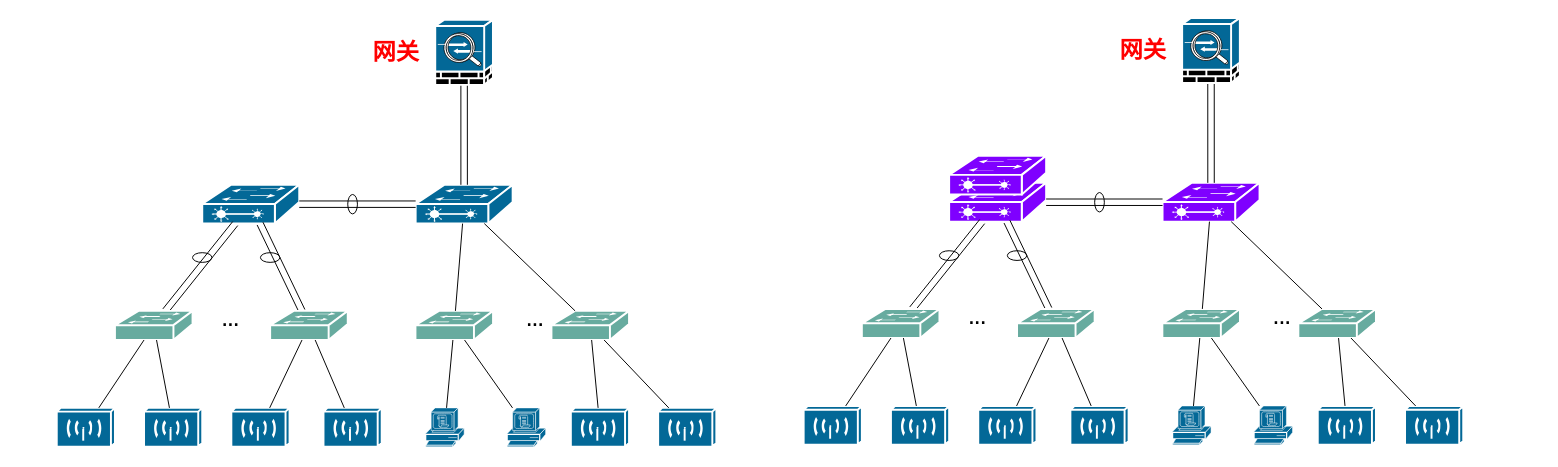
lhongbei/lhongbei keeps this draw.io diagram as bsf拓扑.drawio. Above is the earlier version. Source tidied: cells renumbered, new cells numbered last; positions are measured from the earlier drawing's top-left corner, leaving out a move shared by most shapes. Both pictures are drawn from the tidied source at 97%, with x=0, y=0 at pixel (56, 17).
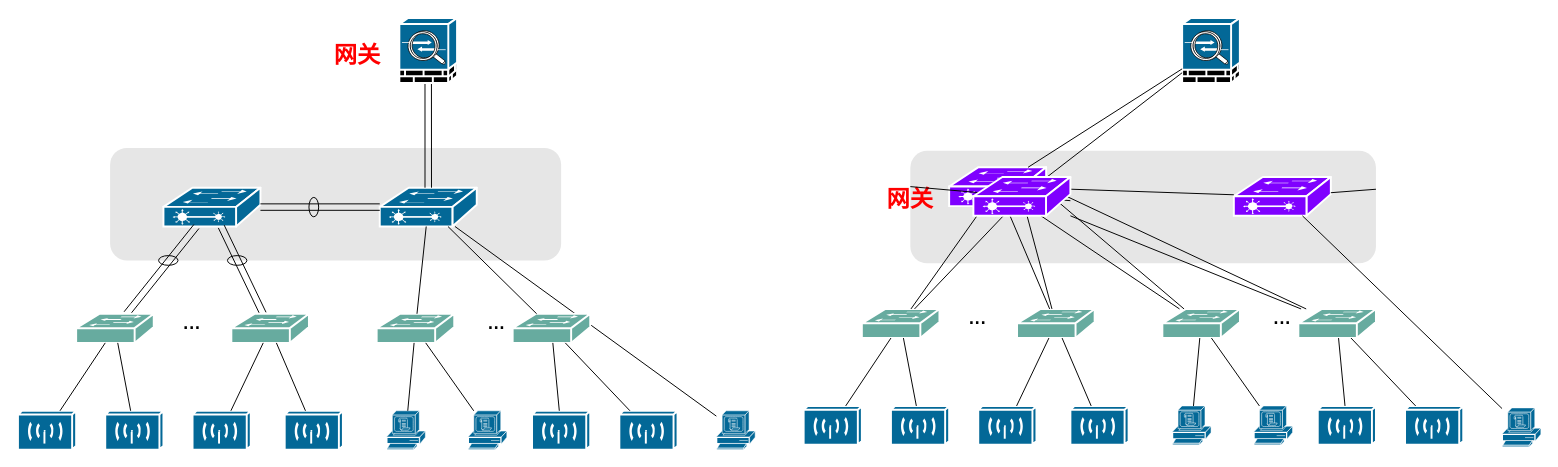
After the change.

Unchanged cells that the change refers to:
```xml
<mxCell id="45" style="shape=mxgraph.cisco.misc.asa_5500;sketch=0;html=1;dashed=0;fillColor=#036897;strokeColor=#ffffff;strokeWidth=2;verticalLabelPosition=bottom;verticalAlign=top;align=center;outlineConnect=0;fontSize=18;" parent="1" vertex="1">
  <mxGeometry x="1160.2" width="59.5" height="67" as="geometry" />
</mxCell>
<mxCell id="48" style="shape=mxgraph.cisco.switches.workgroup_switch;sketch=0;html=1;dashed=0;fillColor=#67AB9F;strokeColor=#ffffff;strokeWidth=2;verticalLabelPosition=bottom;verticalAlign=top;align=center;outlineConnect=0;" parent="47" vertex="1">
  <mxGeometry width="80" height="30" as="geometry" />
</mxCell>
<mxCell id="49" style="shape=mxgraph.cisco.switches.workgroup_switch;sketch=0;html=1;dashed=0;fillColor=#67AB9F;strokeColor=#ffffff;strokeWidth=2;verticalLabelPosition=bottom;verticalAlign=top;align=center;outlineConnect=0;" parent="47" vertex="1">
  <mxGeometry x="160" width="80" height="30" as="geometry" />
</mxCell>
<mxCell id="58" style="shape=mxgraph.cisco.switches.workgroup_switch;sketch=0;html=1;dashed=0;fillColor=#67AB9F;strokeColor=#ffffff;strokeWidth=2;verticalLabelPosition=bottom;verticalAlign=top;align=center;outlineConnect=0;" parent="1" vertex="1">
  <mxGeometry x="1139.8" y="300" width="80" height="30" as="geometry" />
</mxCell>
<mxCell id="59" style="shape=mxgraph.cisco.switches.workgroup_switch;sketch=0;html=1;dashed=0;fillColor=#67AB9F;strokeColor=#ffffff;strokeWidth=2;verticalLabelPosition=bottom;verticalAlign=top;align=center;outlineConnect=0;" parent="1" vertex="1">
  <mxGeometry x="1280" y="300" width="80" height="30" as="geometry" />
</mxCell>
```

The edit, as a diff of the source:
```diff
@@
+    <mxCell id="75" style="rounded=1;whiteSpace=wrap;html=1;fontSize=24;fontColor=#FF0000;strokeColor=none;fillColor=#E6E6E6;" parent="1" vertex="1">
+      <mxGeometry x="880" y="137" width="480" height="116" as="geometry" />
+    </mxCell>
+    <mxCell id="76" style="rounded=1;whiteSpace=wrap;html=1;fontSize=24;fontColor=#FF0000;strokeColor=none;fillColor=#E6E6E6;" parent="1" vertex="1">
+      <mxGeometry x="55" y="134" width="465" height="116" as="geometry" />
+    </mxCell>
+    <mxCell id="77" style="endArrow=none;html=1;rounded=0;fontSize=18;" parent="1" edge="1" source="90" target="2">
+      <mxGeometry relative="1" as="geometry" />
+    </mxCell>
     <mxCell id="2" style="shape=mxgraph.cisco.switches.layer_2_remote_switch;sketch=0;html=1;dashed=0;fillColor=#036897;strokeColor=#ffffff;strokeWidth=2;verticalLabelPosition=bottom;verticalAlign=top;align=center;outlineConnect=0;" parent="1" vertex="1">
-      <mxGeometry x="370" y="172" width="100" height="40" as="geometry" />
+      <mxGeometry x="333" y="175" width="100" height="40" as="geometry" />
     </mxCell>
     <mxCell id="3" style="shape=mxgraph.cisco.switches.layer_2_remote_switch;sketch=0;html=1;dashed=0;fillColor=#036897;strokeColor=#ffffff;strokeWidth=2;verticalLabelPosition=bottom;verticalAlign=top;align=center;outlineConnect=0;" parent="1" vertex="1">
-      <mxGeometry x="150" y="172" width="100" height="40" as="geometry" />
+      <mxGeometry x="110" y="175" width="100" height="40" as="geometry" />
     </mxCell>
@@
     <mxCell id="5" style="ellipse;whiteSpace=wrap;html=1;fillColor=none;" parent="1" vertex="1">
-      <mxGeometry x="300" y="182" width="10" height="20" as="geometry" />
+      <mxGeometry x="260" y="185" width="10" height="20" as="geometry" />
     </mxCell>
@@
     <mxCell id="9" style="shape=mxgraph.cisco.misc.asa_5500;sketch=0;html=1;dashed=0;fillColor=#036897;strokeColor=#ffffff;strokeWidth=2;verticalLabelPosition=bottom;verticalAlign=top;align=center;outlineConnect=0;fontSize=18;" parent="1" vertex="1">
-      <mxGeometry x="390.2" y="2" width="59.5" height="67" as="geometry" />
+      <mxGeometry x="353.2" width="59.5" height="67" as="geometry" />
     </mxCell>
     <mxCell id="10" style="shape=mxgraph.cisco.wireless.wireless_transport;sketch=0;html=1;dashed=0;fillColor=#036897;strokeColor=#ffffff;strokeWidth=2;verticalLabelPosition=bottom;verticalAlign=top;align=center;outlineConnect=0;fontSize=18;" parent="1" vertex="1">
-      <mxGeometry y="402" width="60" height="40" as="geometry" />
+      <mxGeometry x="-40" y="405" width="60" height="40" as="geometry" />
     </mxCell>
     <mxCell id="11" style="group;" parent="1" vertex="1">
-      <mxGeometry x="60" y="302" width="240" height="30" as="geometry" />
+      <mxGeometry x="20" y="305" width="240" height="30" as="geometry" />
     </mxCell>
@@
     <mxCell id="15" style="shape=mxgraph.cisco.wireless.wireless_transport;sketch=0;html=1;dashed=0;fillColor=#036897;strokeColor=#ffffff;strokeWidth=2;verticalLabelPosition=bottom;verticalAlign=top;align=center;outlineConnect=0;fontSize=18;" parent="1" vertex="1">
-      <mxGeometry x="90" y="402" width="60" height="40" as="geometry" />
+      <mxGeometry x="50" y="405" width="60" height="40" as="geometry" />
     </mxCell>
     <mxCell id="16" style="shape=mxgraph.cisco.wireless.wireless_transport;sketch=0;html=1;dashed=0;fillColor=#036897;strokeColor=#ffffff;strokeWidth=2;verticalLabelPosition=bottom;verticalAlign=top;align=center;outlineConnect=0;fontSize=18;" parent="1" vertex="1">
-      <mxGeometry x="180" y="402" width="60" height="40" as="geometry" />
+      <mxGeometry x="140" y="405" width="60" height="40" as="geometry" />
     </mxCell>
     <mxCell id="17" style="shape=mxgraph.cisco.wireless.wireless_transport;sketch=0;html=1;dashed=0;fillColor=#036897;strokeColor=#ffffff;strokeWidth=2;verticalLabelPosition=bottom;verticalAlign=top;align=center;outlineConnect=0;fontSize=18;" parent="1" vertex="1">
-      <mxGeometry x="275" y="402" width="60" height="40" as="geometry" />
+      <mxGeometry x="235" y="405" width="60" height="40" as="geometry" />
     </mxCell>
@@
     <mxCell id="22" style="shape=mxgraph.cisco.switches.workgroup_switch;sketch=0;html=1;dashed=0;fillColor=#67AB9F;strokeColor=#ffffff;strokeWidth=2;verticalLabelPosition=bottom;verticalAlign=top;align=center;outlineConnect=0;" parent="1" vertex="1">
-      <mxGeometry x="369.8" y="302" width="80" height="30" as="geometry" />
+      <mxGeometry x="329.8" y="305" width="80" height="30" as="geometry" />
     </mxCell>
     <mxCell id="23" style="shape=mxgraph.cisco.switches.workgroup_switch;sketch=0;html=1;dashed=0;fillColor=#67AB9F;strokeColor=#ffffff;strokeWidth=2;verticalLabelPosition=bottom;verticalAlign=top;align=center;outlineConnect=0;" parent="1" vertex="1">
-      <mxGeometry x="510" y="302" width="80" height="30" as="geometry" />
+      <mxGeometry x="470" y="305" width="80" height="30" as="geometry" />
     </mxCell>
     <mxCell id="24" value="&lt;b&gt;&lt;font style=&quot;font-size: 18px;&quot;&gt;···&lt;/font&gt;&lt;/b&gt;" style="text;html=1;strokeColor=none;fillColor=none;align=center;verticalAlign=middle;whiteSpace=wrap;rounded=0;" parent="1" vertex="1">
-      <mxGeometry x="463.5" y="302" width="60" height="30" as="geometry" />
+      <mxGeometry x="423.5" y="305" width="60" height="30" as="geometry" />
     </mxCell>
     <mxCell id="25" style="shape=mxgraph.cisco.security.cisco_security;sketch=0;html=1;dashed=0;fillColor=#036897;strokeColor=#ffffff;strokeWidth=2;verticalLabelPosition=bottom;verticalAlign=top;align=center;outlineConnect=0;fontSize=18;" parent="1" vertex="1">
-      <mxGeometry x="380" y="402" width="40" height="40" as="geometry" />
+      <mxGeometry x="340" y="405" width="40" height="40" as="geometry" />
     </mxCell>
     <mxCell id="26" style="shape=mxgraph.cisco.security.cisco_security;sketch=0;html=1;dashed=0;fillColor=#036897;strokeColor=#ffffff;strokeWidth=2;verticalLabelPosition=bottom;verticalAlign=top;align=center;outlineConnect=0;fontSize=18;" parent="1" vertex="1">
-      <mxGeometry x="464" y="402" width="40" height="40" as="geometry" />
+      <mxGeometry x="424" y="405" width="40" height="40" as="geometry" />
     </mxCell>
     <mxCell id="27" style="shape=mxgraph.cisco.wireless.wireless_transport;sketch=0;html=1;dashed=0;fillColor=#036897;strokeColor=#ffffff;strokeWidth=2;verticalLabelPosition=bottom;verticalAlign=top;align=center;outlineConnect=0;fontSize=18;" parent="1" vertex="1">
-      <mxGeometry x="530" y="402" width="60" height="40" as="geometry" />
+      <mxGeometry x="490" y="405" width="60" height="40" as="geometry" />
     </mxCell>
     <mxCell id="28" style="shape=mxgraph.cisco.wireless.wireless_transport;sketch=0;html=1;dashed=0;fillColor=#036897;strokeColor=#ffffff;strokeWidth=2;verticalLabelPosition=bottom;verticalAlign=top;align=center;outlineConnect=0;fontSize=18;" parent="1" vertex="1">
-      <mxGeometry x="620" y="402" width="60" height="40" as="geometry" />
+      <mxGeometry x="580" y="405" width="60" height="40" as="geometry" />
     </mxCell>
@@
     <mxCell id="35" style="ellipse;whiteSpace=wrap;html=1;fillColor=none;" parent="1" vertex="1">
-      <mxGeometry x="210" y="242" width="20" height="10" as="geometry" />
+      <mxGeometry x="176" y="245" width="20" height="10" as="geometry" />
     </mxCell>
     <mxCell id="36" style="ellipse;whiteSpace=wrap;html=1;fillColor=none;" parent="1" vertex="1">
-      <mxGeometry x="140" y="242" width="20" height="10" as="geometry" />
+      <mxGeometry x="105" y="245" width="20" height="10" as="geometry" />
     </mxCell>
     <mxCell id="37" value="&lt;b&gt;&lt;font color=&quot;#ff0000&quot; style=&quot;font-size: 24px;&quot;&gt;网关&lt;/font&gt;&lt;/b&gt;" style="text;html=1;strokeColor=none;fillColor=none;align=center;verticalAlign=middle;whiteSpace=wrap;rounded=0;fontSize=18;" parent="1" vertex="1">
-      <mxGeometry x="320" y="20.5" width="60" height="30" as="geometry" />
+      <mxGeometry x="280" y="23.5" width="60" height="30" as="geometry" />
     </mxCell>
     <mxCell id="38" style="shape=mxgraph.cisco.switches.layer_2_remote_switch;sketch=0;html=1;dashed=0;fillColor=#7F00FF;strokeColor=#ffffff;strokeWidth=2;verticalLabelPosition=bottom;verticalAlign=top;align=center;outlineConnect=0;" parent="1" vertex="1">
-      <mxGeometry x="1140" y="170" width="100" height="40" as="geometry" />
+      <mxGeometry x="1213.5" y="164" width="100" height="40" as="geometry" />
     </mxCell>
     <mxCell id="39" style="shape=mxgraph.cisco.switches.layer_2_remote_switch;sketch=0;html=1;dashed=0;fillColor=#7F00FF;strokeColor=#ffffff;strokeWidth=2;verticalLabelPosition=bottom;verticalAlign=top;align=center;outlineConnect=0;" parent="1" vertex="1">
-      <mxGeometry x="920" y="170" width="100" height="40" as="geometry" />
+      <mxGeometry x="920" y="154" width="100" height="40" as="geometry" />
     </mxCell>
-    <mxCell id="40" style="endArrow=none;html=1;rounded=0;shape=link;startArrow=none;width=6.666666666666668;" parent="1" edge="1" source="39" target="38">
-      <mxGeometry relative="1" as="geometry" />
-    </mxCell>
-    <mxCell id="41" style="ellipse;whiteSpace=wrap;html=1;fillColor=none;" parent="1" vertex="1">
-      <mxGeometry x="1070" y="180" width="10" height="20" as="geometry" />
-    </mxCell>
-    <mxCell id="42" style="endArrow=none;html=1;rounded=0;shape=link;startArrow=none;width=6.666666666666668;" parent="1" edge="1" source="38" target="45">
-      <mxGeometry relative="1" as="geometry" />
-    </mxCell>
-    <mxCell id="43" style="endArrow=none;html=1;rounded=0;shape=link;startArrow=none;width=6.666666666666668;" parent="1" edge="1" source="39" target="48">
-      <mxGeometry relative="1" as="geometry" />
-    </mxCell>
-    <mxCell id="44" style="endArrow=none;html=1;rounded=0;shape=link;startArrow=none;width=6.666666666666668;" parent="1" edge="1" source="39" target="49">
-      <mxGeometry relative="1" as="geometry" />
-    </mxCell>
@@
-    <mxCell id="69" style="endArrow=none;html=1;rounded=0;fontSize=18;" parent="1" edge="1" source="58" target="38">
-      <mxGeometry relative="1" as="geometry" />
-    </mxCell>
-    <mxCell id="70" style="endArrow=none;html=1;rounded=0;fontSize=18;" parent="1" edge="1" source="59" target="38">
-      <mxGeometry relative="1" as="geometry" />
-    </mxCell>
-    <mxCell id="71" style="ellipse;whiteSpace=wrap;html=1;fillColor=none;" parent="1" vertex="1">
-      <mxGeometry x="980" y="240" width="20" height="10" as="geometry" />
-    </mxCell>
-    <mxCell id="72" style="ellipse;whiteSpace=wrap;html=1;fillColor=none;" parent="1" vertex="1">
-      <mxGeometry x="910" y="240" width="20" height="10" as="geometry" />
-    </mxCell>
     <mxCell id="73" value="&lt;b&gt;&lt;font color=&quot;#ff0000&quot; style=&quot;font-size: 24px;&quot;&gt;网关&lt;/font&gt;&lt;/b&gt;" style="text;html=1;strokeColor=none;fillColor=none;align=center;verticalAlign=middle;whiteSpace=wrap;rounded=0;fontSize=18;" parent="1" vertex="1">
-      <mxGeometry x="1090" y="18.5" width="60" height="30" as="geometry" />
+      <mxGeometry x="850" y="172" width="60" height="30" as="geometry" />
     </mxCell>
+    <mxCell id="78" style="endArrow=none;html=1;rounded=0;fontSize=24;fontColor=#FF0000;" parent="1" edge="1" source="45" target="74">
+      <mxGeometry relative="1" as="geometry" />
+    </mxCell>
+    <mxCell id="79" style="endArrow=none;html=1;rounded=0;fontSize=24;fontColor=#FF0000;" parent="1" edge="1" source="45" target="39">
+      <mxGeometry relative="1" as="geometry" />
+    </mxCell>
+    <mxCell id="80" style="endArrow=none;html=1;rounded=0;fontSize=24;fontColor=#FF0000;startArrow=none;" parent="1" edge="1" source="75" target="74">
+      <mxGeometry relative="1" as="geometry" />
+    </mxCell>
+    <mxCell id="81" style="endArrow=none;html=1;rounded=0;fontSize=24;fontColor=#FF0000;" parent="1" edge="1" source="38" target="39">
+      <mxGeometry relative="1" as="geometry" />
+    </mxCell>
+    <mxCell id="82" style="endArrow=none;html=1;rounded=0;fontSize=24;fontColor=#FF0000;" parent="1" edge="1" source="48" target="39">
+      <mxGeometry relative="1" as="geometry" />
+    </mxCell>
+    <mxCell id="83" style="endArrow=none;html=1;rounded=0;fontSize=24;fontColor=#FF0000;" parent="1" edge="1" source="48" target="74">
+      <mxGeometry relative="1" as="geometry" />
+    </mxCell>
+    <mxCell id="84" style="endArrow=none;html=1;rounded=0;fontSize=24;fontColor=#FF0000;" parent="1" edge="1" source="49" target="39">
+      <mxGeometry relative="1" as="geometry" />
+    </mxCell>
+    <mxCell id="85" style="endArrow=none;html=1;rounded=0;fontSize=24;fontColor=#FF0000;" parent="1" edge="1" source="49" target="74">
+      <mxGeometry relative="1" as="geometry" />
+    </mxCell>
+    <mxCell id="86" style="endArrow=none;html=1;rounded=0;fontSize=24;fontColor=#FF0000;entryX=0.824;entryY=0.533;entryDx=0;entryDy=0;entryPerimeter=0;" parent="1" edge="1" source="58" target="74">
+      <mxGeometry relative="1" as="geometry" />
+    </mxCell>
+    <mxCell id="87" style="endArrow=none;html=1;rounded=0;fontSize=24;fontColor=#FF0000;entryX=1;entryY=1;entryDx=0;entryDy=0;entryPerimeter=0;" parent="1" edge="1" source="59" target="74">
+      <mxGeometry relative="1" as="geometry" />
+    </mxCell>
+    <mxCell id="88" style="endArrow=none;html=1;rounded=0;fontSize=24;fontColor=#FF0000;entryX=1;entryY=0.5;entryDx=0;entryDy=0;entryPerimeter=0;" parent="1" edge="1" source="59" target="39">
+      <mxGeometry relative="1" as="geometry" />
+    </mxCell>
+    <mxCell id="89" style="endArrow=none;html=1;rounded=0;fontSize=24;fontColor=#FF0000;" parent="1" edge="1" source="58" target="39">
+      <mxGeometry relative="1" as="geometry" />
+    </mxCell>
     <mxCell id="74" style="shape=mxgraph.cisco.switches.layer_2_remote_switch;sketch=0;html=1;dashed=0;fillColor=#7F00FF;strokeColor=#ffffff;strokeWidth=2;verticalLabelPosition=bottom;verticalAlign=top;align=center;outlineConnect=0;" parent="1" vertex="1">
-      <mxGeometry x="920" y="142" width="100" height="40" as="geometry" />
+      <mxGeometry x="945" y="164" width="100" height="40" as="geometry" />
     </mxCell>
+    <mxCell id="90" style="shape=mxgraph.cisco.security.cisco_security;sketch=0;html=1;dashed=0;fillColor=#036897;strokeColor=#ffffff;strokeWidth=2;verticalLabelPosition=bottom;verticalAlign=top;align=center;outlineConnect=0;fontSize=18;" parent="1" vertex="1">
+      <mxGeometry x="680" y="405" width="40" height="40" as="geometry" />
+    </mxCell>
+    <mxCell id="91" style="shape=mxgraph.cisco.security.cisco_security;sketch=0;html=1;dashed=0;fillColor=#036897;strokeColor=#ffffff;strokeWidth=2;verticalLabelPosition=bottom;verticalAlign=top;align=center;outlineConnect=0;fontSize=18;" parent="1" vertex="1">
+      <mxGeometry x="1490" y="402" width="40" height="40" as="geometry" />
+    </mxCell>
+    <mxCell id="92" style="endArrow=none;html=1;rounded=0;fontSize=18;" parent="1" edge="1" source="91" target="38">
+      <mxGeometry relative="1" as="geometry" />
+    </mxCell>
+    <mxCell id="93" style="endArrow=none;html=1;rounded=0;fontSize=24;fontColor=#FF0000;" parent="1" edge="1" source="38" target="75">
+      <mxGeometry relative="1" as="geometry" />
+    </mxCell>
```
